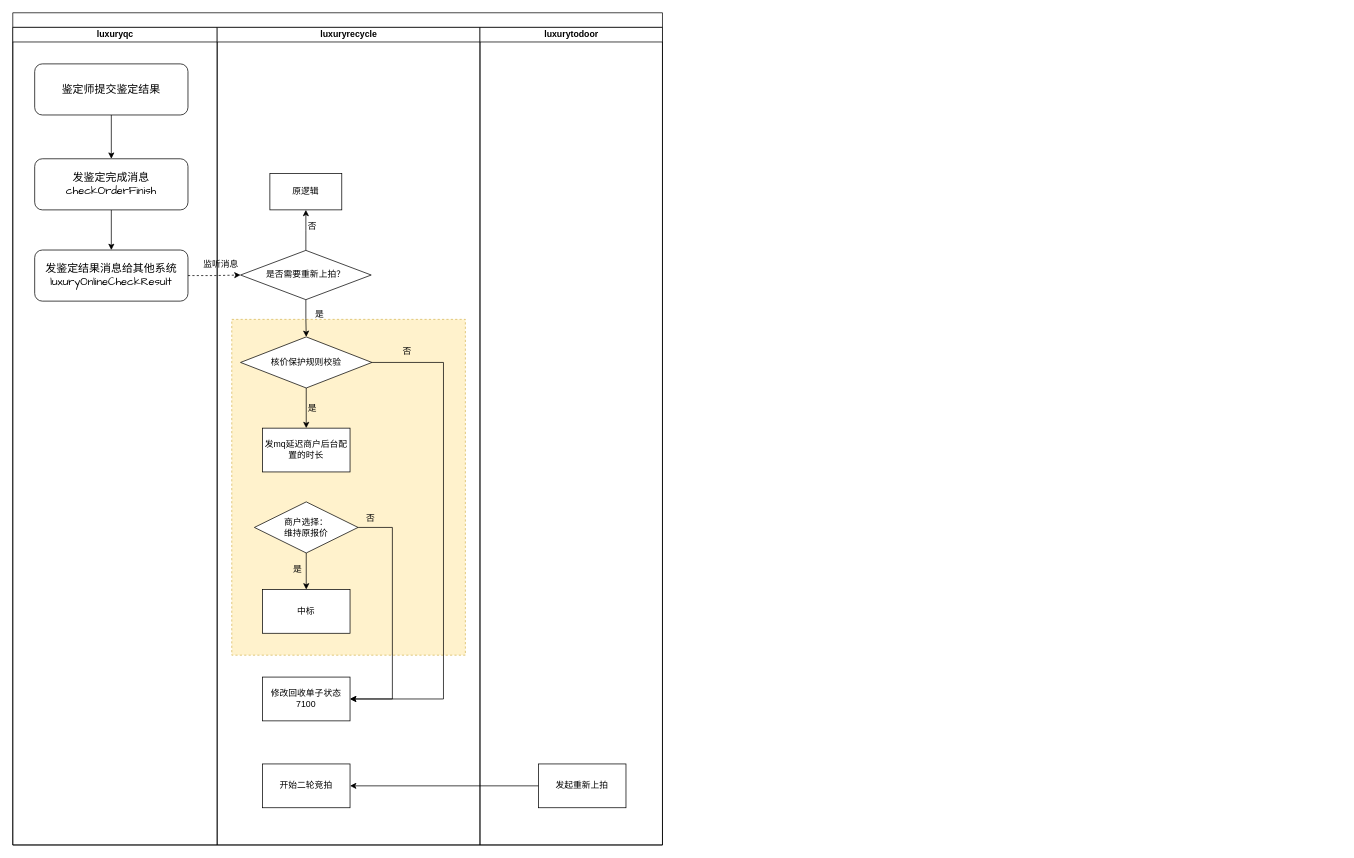
Before: 未命名绘图.drawio in Eiji1422/diagrams, a draw.io diagram. Source tidied: cells renumbered, new cells numbered last; positions are measured from the earlier drawing's top-left corner, leaving out a move shared by most shapes. Both pictures are drawn from the tidied source at 73%, with x=0, y=0 at pixel (12, 12).
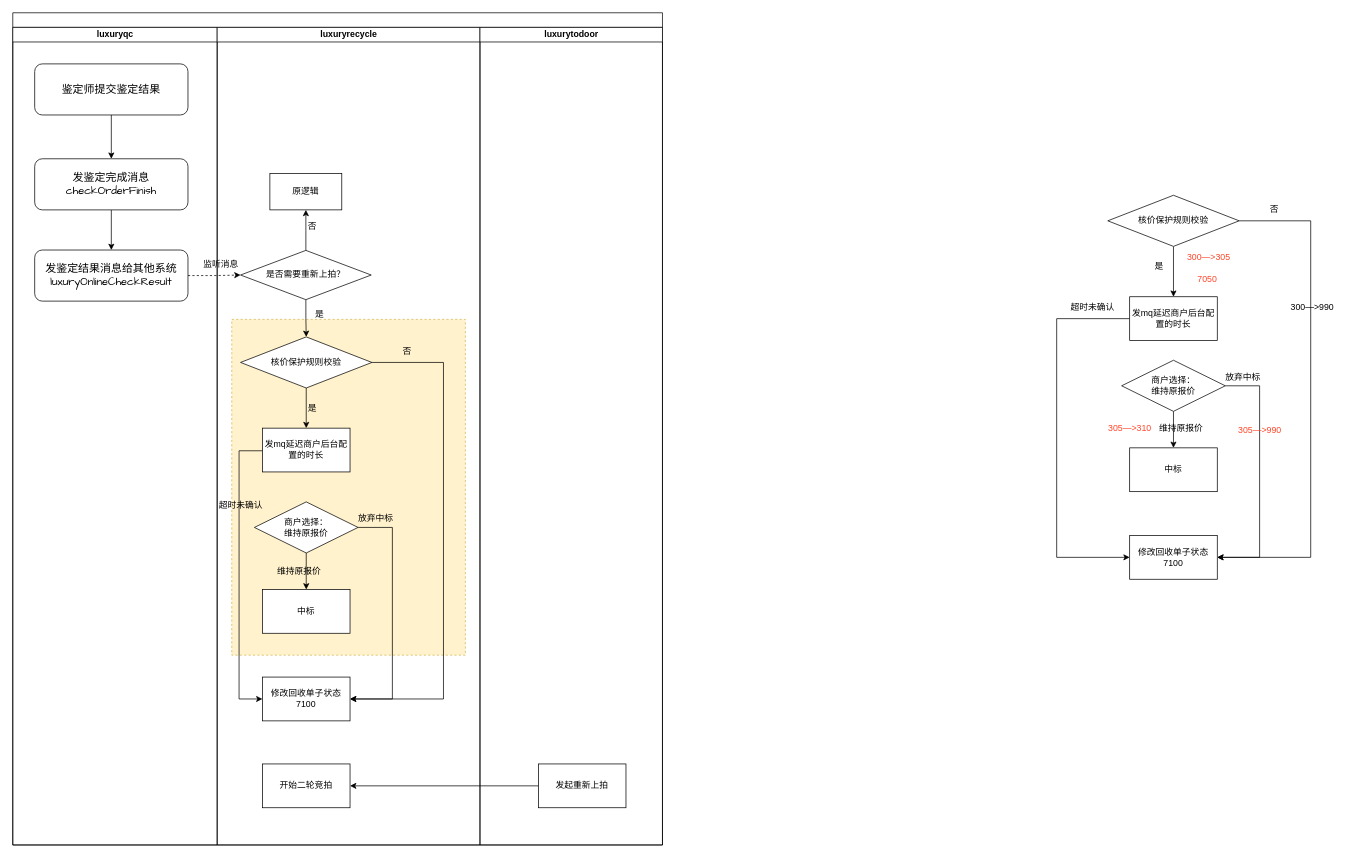
The same diagram, later.

Commit message:
更新未命名绘图.drawio

The change refers to these unchanged cells:
```xml
<mxCell id="9" value="luxuryrecycle" style="swimlane;html=1;startSize=20;" parent="2" vertex="1">
  <mxGeometry x="280" y="20" width="360" height="1120" as="geometry" />
</mxCell>
<mxCell id="15" value="发mq延迟商户后台配置的时长" style="whiteSpace=wrap;html=1;" parent="9" vertex="1">
  <mxGeometry x="62" y="549" width="120" height="60" as="geometry" />
</mxCell>
<mxCell id="20" value="修改回收单子状态&lt;br&gt;7100" style="whiteSpace=wrap;html=1;" parent="9" vertex="1">
  <mxGeometry x="62" y="890" width="120" height="60" as="geometry" />
</mxCell>
```

Change to the diagram source:
```diff
@@
+    <mxCell id="43" style="edgeStyle=orthogonalEdgeStyle;rounded=0;jettySize=auto;html=1;entryX=0;entryY=0.5;entryDx=0;entryDy=0;exitX=0;exitY=0.5;exitDx=0;exitDy=0;" parent="9" edge="1" source="15" target="20">
+      <mxGeometry relative="1" as="geometry">
+        <Array as="points">
+          <mxPoint x="30" y="580" />
+          <mxPoint x="30" y="920" />
+        </Array>
+      </mxGeometry>
+    </mxCell>
@@
+    <mxCell id="44" value="超时未确认" style="text;html=1;align=center;verticalAlign=middle;strokeColor=none;fillColor=none;" parent="9" vertex="1">
+      <mxGeometry x="-7.8" y="640" width="80" height="30" as="geometry" />
+    </mxCell>
+    <mxCell id="45" value="维持原报价" style="text;html=1;align=center;verticalAlign=middle;strokeColor=none;fillColor=none;" parent="9" vertex="1">
+      <mxGeometry x="72.2" y="730" width="80" height="30" as="geometry" />
+    </mxCell>
+    <mxCell id="40" value="放弃中标" style="text;html=1;align=center;verticalAlign=middle;strokeColor=none;fillColor=none;" parent="9" vertex="1">
+      <mxGeometry x="182" y="658" width="70" height="30" as="geometry" />
+    </mxCell>
@@
-    <mxCell id="39" value="是" style="text;html=1;align=center;verticalAlign=middle;strokeColor=none;fillColor=none;" parent="1" vertex="1">
-      <mxGeometry x="370" y="748" width="40" height="30" as="geometry" />
-    </mxCell>
-    <mxCell id="40" value="否" style="text;html=1;align=center;verticalAlign=middle;strokeColor=none;fillColor=none;" parent="1" vertex="1">
-      <mxGeometry x="470" y="678" width="40" height="30" as="geometry" />
-    </mxCell>
@@
+    <mxCell id="46" style="edgeStyle=orthogonalEdgeStyle;rounded=0;jettySize=auto;html=1;" parent="1" edge="1" source="48" target="50">
+      <mxGeometry relative="1" as="geometry" />
+    </mxCell>
+    <mxCell id="47" style="edgeStyle=orthogonalEdgeStyle;rounded=0;jettySize=auto;html=1;entryX=1;entryY=0.5;entryDx=0;entryDy=0;exitX=1;exitY=0.5;exitDx=0;exitDy=0;" parent="1" edge="1" source="48" target="55">
+      <mxGeometry relative="1" as="geometry">
+        <Array as="points">
+          <mxPoint x="1778" y="285" />
+          <mxPoint x="1778" y="746" />
+        </Array>
+      </mxGeometry>
+    </mxCell>
+    <mxCell id="48" value="&lt;span style=&quot;font-family: &amp;quot;Comic Sans MS&amp;quot;;&quot;&gt;&lt;font&gt;核价保护规则校验&lt;/font&gt;&lt;/span&gt;" style="rhombus;whiteSpace=wrap;html=1;" parent="1" vertex="1">
+      <mxGeometry x="1500" y="250" width="180" height="70" as="geometry" />
+    </mxCell>
+    <mxCell id="49" style="edgeStyle=orthogonalEdgeStyle;rounded=0;jettySize=auto;html=1;entryX=0;entryY=0.5;entryDx=0;entryDy=0;exitX=0;exitY=0.5;exitDx=0;exitDy=0;" parent="1" edge="1" source="50" target="55">
+      <mxGeometry relative="1" as="geometry">
+        <Array as="points">
+          <mxPoint x="1430" y="419" />
+          <mxPoint x="1430" y="746" />
+        </Array>
+      </mxGeometry>
+    </mxCell>
+    <mxCell id="50" value="发mq延迟商户后台配置的时长" style="whiteSpace=wrap;html=1;" parent="1" vertex="1">
+      <mxGeometry x="1530" y="389" width="120" height="60" as="geometry" />
+    </mxCell>
+    <mxCell id="51" style="edgeStyle=orthogonalEdgeStyle;rounded=0;jettySize=auto;html=1;" parent="1" edge="1" source="53" target="54">
+      <mxGeometry relative="1" as="geometry" />
+    </mxCell>
+    <mxCell id="52" style="edgeStyle=orthogonalEdgeStyle;rounded=0;jettySize=auto;html=1;entryX=1;entryY=0.5;entryDx=0;entryDy=0;exitX=1;exitY=0.5;exitDx=0;exitDy=0;" parent="1" edge="1" source="53" target="55">
+      <mxGeometry relative="1" as="geometry">
+        <Array as="points">
+          <mxPoint x="1708" y="511" />
+          <mxPoint x="1708" y="746" />
+        </Array>
+      </mxGeometry>
+    </mxCell>
+    <mxCell id="53" value="商户选择：&lt;br&gt;维持原报价" style="rhombus;whiteSpace=wrap;html=1;" parent="1" vertex="1">
+      <mxGeometry x="1519" y="476" width="142" height="70" as="geometry" />
+    </mxCell>
+    <mxCell id="54" value="中标" style="whiteSpace=wrap;html=1;" parent="1" vertex="1">
+      <mxGeometry x="1530" y="596" width="120" height="60" as="geometry" />
+    </mxCell>
+    <mxCell id="55" value="修改回收单子状态&lt;br&gt;7100" style="whiteSpace=wrap;html=1;" parent="1" vertex="1">
+      <mxGeometry x="1530" y="716" width="120" height="60" as="geometry" />
+    </mxCell>
+    <mxCell id="56" value="否" style="text;html=1;align=center;verticalAlign=middle;strokeColor=none;fillColor=none;" parent="1" vertex="1">
+      <mxGeometry x="1708" y="255" width="40" height="30" as="geometry" />
+    </mxCell>
+    <mxCell id="39" value="是" style="text;html=1;align=center;verticalAlign=middle;strokeColor=none;fillColor=none;" parent="1" vertex="1">
+      <mxGeometry x="1550" y="333" width="40" height="30" as="geometry" />
+    </mxCell>
+    <mxCell id="57" value="维持原报价" style="text;html=1;align=center;verticalAlign=middle;strokeColor=none;fillColor=none;" parent="1" vertex="1">
+      <mxGeometry x="1560" y="554" width="80" height="30" as="geometry" />
+    </mxCell>
+    <mxCell id="58" value="放弃中标" style="text;html=1;align=center;verticalAlign=middle;strokeColor=none;fillColor=none;" parent="1" vertex="1">
+      <mxGeometry x="1650" y="484" width="70" height="30" as="geometry" />
+    </mxCell>
+    <mxCell id="59" value="&lt;font style=&quot;color: rgb(255, 67, 38);&quot;&gt;300—&amp;gt;305&lt;/font&gt;" style="text;html=1;align=center;verticalAlign=middle;strokeColor=none;fillColor=none;" parent="1" vertex="1">
+      <mxGeometry x="1598" y="320" width="80" height="30" as="geometry" />
+    </mxCell>
+    <mxCell id="60" value="&lt;font style=&quot;color: rgb(255, 67, 38);&quot;&gt;305—&amp;gt;990&lt;/font&gt;" style="text;html=1;align=center;verticalAlign=middle;strokeColor=none;fillColor=none;" parent="1" vertex="1">
+      <mxGeometry x="1668" y="557" width="80" height="30" as="geometry" />
+    </mxCell>
+    <mxCell id="61" value="&lt;font style=&quot;color: rgb(255, 67, 38);&quot;&gt;305—&amp;gt;310&lt;/font&gt;" style="text;html=1;align=center;verticalAlign=middle;strokeColor=none;fillColor=none;" parent="1" vertex="1">
+      <mxGeometry x="1490" y="554" width="80" height="30" as="geometry" />
+    </mxCell>
+    <mxCell id="62" value="&lt;font style=&quot;color: rgb(0, 0, 0);&quot;&gt;300—&amp;gt;990&lt;/font&gt;" style="text;html=1;align=center;verticalAlign=middle;strokeColor=none;fillColor=none;" parent="1" vertex="1">
+      <mxGeometry x="1740" y="389" width="80" height="30" as="geometry" />
+    </mxCell>
+    <mxCell id="63" value="&lt;font color=&quot;#ff4326&quot;&gt;7050&lt;/font&gt;" style="text;html=1;align=center;verticalAlign=middle;strokeColor=none;fillColor=none;" parent="1" vertex="1">
+      <mxGeometry x="1611" y="350" width="50" height="30" as="geometry" />
+    </mxCell>
+    <mxCell id="64" value="超时未确认" style="text;html=1;align=center;verticalAlign=middle;strokeColor=none;fillColor=none;" parent="1" vertex="1">
+      <mxGeometry x="1439" y="389" width="80" height="30" as="geometry" />
+    </mxCell>
```
